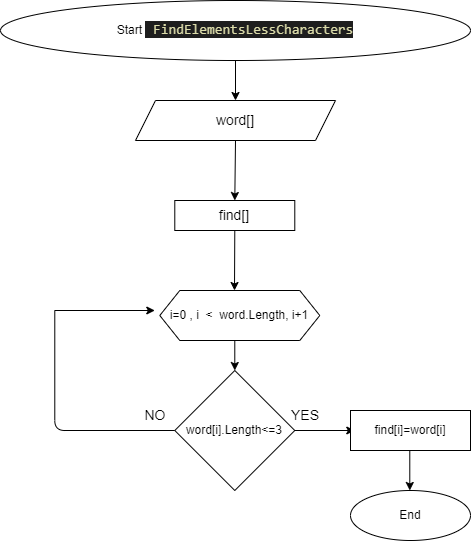
Earlier version of the draw.io export bs.drawio.png (DumkinMaksim/PracticumControlWork). Source tidied: cells renumbered, new cells last; positions are measured from the earlier drawing's top-left corner, leaving out a move shared by most shapes.
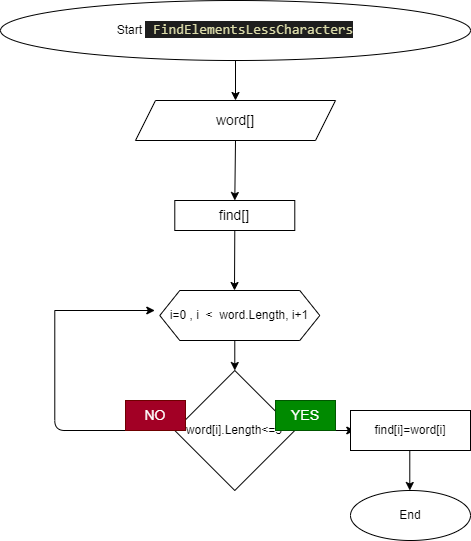
Later version of the same file.

Commit message:
изменил  данные в блок-схеме

Diff of the diagram source:
```diff
@@ -64,10 +64,10 @@
     <mxCell id="16" value="&lt;font style=&quot;font-size: 14px&quot;&gt;find[]&lt;/font&gt;" style="rounded=0;whiteSpace=wrap;html=1;" parent="1" vertex="1">
       <mxGeometry x="174.3" y="200" width="120" height="30" as="geometry" />
     </mxCell>
-    <mxCell id="17" value="YES&lt;br&gt;" style="text;html=1;strokeColor=none;fillColor=none;align=center;verticalAlign=middle;whiteSpace=wrap;rounded=0;fontSize=14;" parent="1" vertex="1">
+    <mxCell id="17" value="YES&lt;br&gt;" style="text;html=1;strokeColor=#005700;fillColor=#008a00;align=center;verticalAlign=middle;whiteSpace=wrap;rounded=0;fontSize=14;fontColor=#ffffff;" parent="1" vertex="1">
       <mxGeometry x="275" y="400" width="60" height="30" as="geometry" />
     </mxCell>
-    <mxCell id="18" value="NO" style="text;html=1;strokeColor=none;fillColor=none;align=center;verticalAlign=middle;whiteSpace=wrap;rounded=0;fontSize=14;" parent="1" vertex="1">
+    <mxCell id="18" value="NO" style="text;html=1;strokeColor=#6F0000;fillColor=#a20025;align=center;verticalAlign=middle;whiteSpace=wrap;rounded=0;fontSize=14;fontColor=#ffffff;" parent="1" vertex="1">
       <mxGeometry x="125" y="400" width="60" height="30" as="geometry" />
     </mxCell>
   </root>
```
